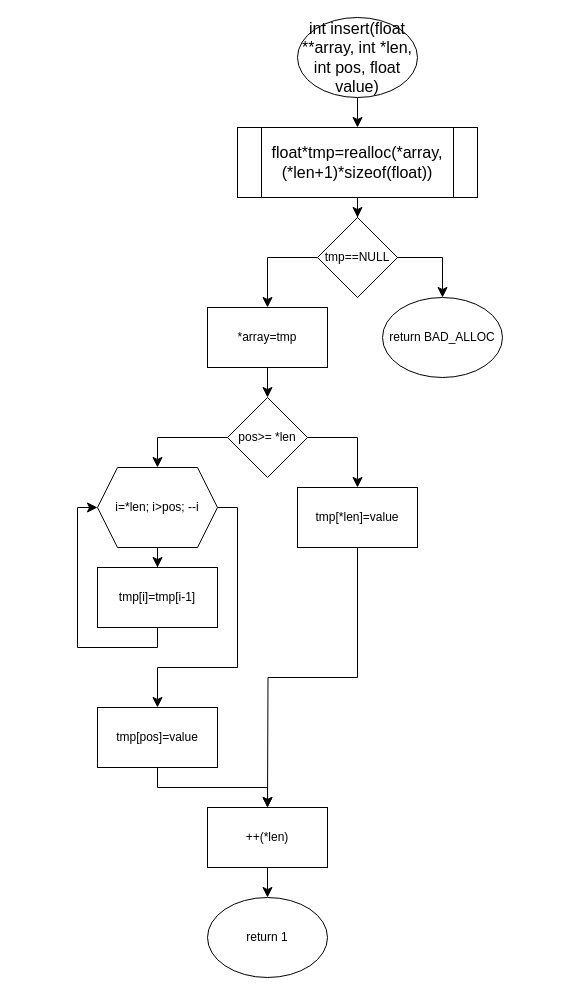
The draw.io diagram page "insert" (6 of 8) of Untitled Diagram.drawio in Alvald1/draw.io, before the edit. Source tidied: cells renumbered, new cells numbered last; positions are measured from the earlier drawing's top-left corner, leaving out a move shared by most shapes. Both pictures are drawn from the tidied source at 100%, with x=0, y=0 at pixel (97, 17).
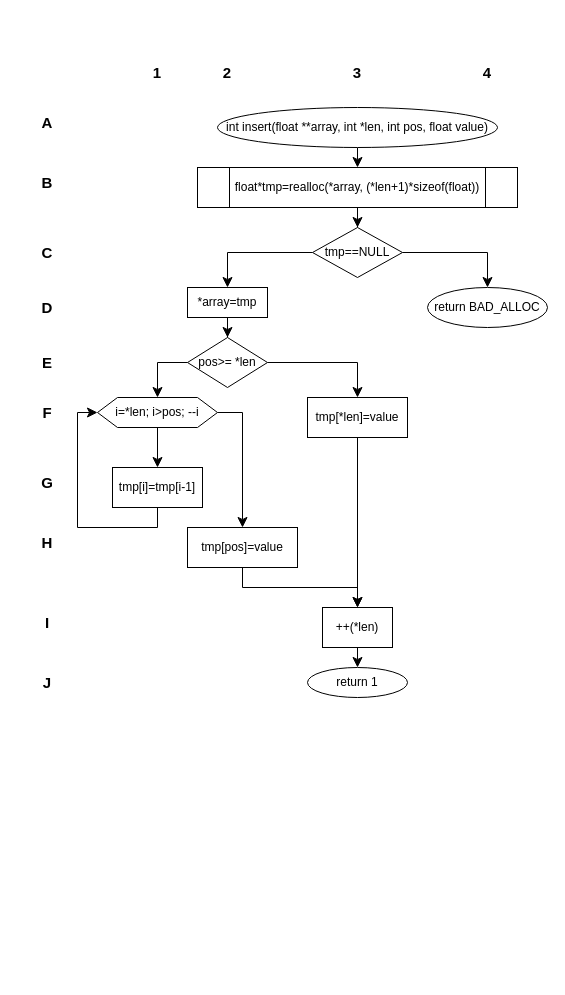
The same page after the edit.

Diff of the diagram source:
```diff
@@
-    <mxCell id="4" value="int insert(float **array, int *len, int pos, float value)" style="ellipse;whiteSpace=wrap;html=1;fontSize=16;" parent="1" vertex="1">
-      <mxGeometry x="200" width="120" height="80" as="geometry" />
+    <mxCell id="4" value="int insert(float **array, int *len, int pos, float value)" style="ellipse;whiteSpace=wrap;html=1;fontSize=12;" parent="1" vertex="1">
+      <mxGeometry x="120" y="90" width="280" height="40" as="geometry" />
     </mxCell>
@@
-    <mxCell id="6" value="float*tmp=realloc(*array, (*len+1)*sizeof(float))" style="shape=process;whiteSpace=wrap;html=1;backgroundOutline=1;fontSize=16;" parent="1" vertex="1">
-      <mxGeometry x="140" y="110" width="240" height="70" as="geometry" />
+    <mxCell id="6" value="float*tmp=realloc(*array, (*len+1)*sizeof(float))" style="shape=process;whiteSpace=wrap;html=1;backgroundOutline=1;fontSize=12;" parent="1" vertex="1">
+      <mxGeometry x="100" y="150" width="320" height="40" as="geometry" />
     </mxCell>
@@
     <mxCell id="9" value="tmp==NULL" style="rhombus;whiteSpace=wrap;html=1;fontFamily=Helvetica;fontSize=12;fontColor=default;" parent="1" vertex="1">
-      <mxGeometry x="220" y="200" width="80" height="80" as="geometry" />
+      <mxGeometry x="215" y="210" width="90" height="50" as="geometry" />
     </mxCell>
     <mxCell id="10" value="return BAD_ALLOC" style="ellipse;whiteSpace=wrap;html=1;fontFamily=Helvetica;fontSize=12;fontColor=default;" parent="1" vertex="1">
-      <mxGeometry x="285" y="280" width="120" height="80" as="geometry" />
+      <mxGeometry x="330" y="270" width="120" height="40" as="geometry" />
     </mxCell>
@@
     <mxCell id="12" value="*array=tmp" style="rounded=0;whiteSpace=wrap;html=1;fontFamily=Helvetica;fontSize=12;fontColor=default;" parent="1" vertex="1">
-      <mxGeometry x="110" y="290" width="120" height="60" as="geometry" />
+      <mxGeometry x="90" y="270" width="80" height="30" as="geometry" />
     </mxCell>
@@
     <mxCell id="15" value="pos&amp;gt;= *len" style="rhombus;whiteSpace=wrap;html=1;fontFamily=Helvetica;fontSize=12;fontColor=default;" parent="1" vertex="1">
-      <mxGeometry x="130" y="380" width="80" height="80" as="geometry" />
+      <mxGeometry x="90" y="320" width="80" height="50" as="geometry" />
     </mxCell>
-    <mxCell id="16" style="edgeStyle=orthogonalEdgeStyle;shape=connector;rounded=0;jettySize=auto;html=1;exitX=0.5;exitY=1;exitDx=0;exitDy=0;labelBackgroundColor=default;strokeColor=default;align=center;verticalAlign=middle;fontFamily=Helvetica;fontSize=12;fontColor=default;endArrow=classic;startSize=8;endSize=8;" parent="1" edge="1" source="17">
-      <mxGeometry relative="1" as="geometry">
-        <mxPoint x="170" y="790" as="targetPoint" />
-      </mxGeometry>
-    </mxCell>
+    <mxCell id="28" style="edgeStyle=orthogonalEdgeStyle;shape=connector;rounded=0;jettySize=auto;html=1;exitX=0.5;exitY=1;exitDx=0;exitDy=0;entryX=0.5;entryY=0;entryDx=0;entryDy=0;labelBackgroundColor=default;strokeColor=default;strokeWidth=1;align=center;verticalAlign=middle;fontFamily=Helvetica;fontSize=3;fontColor=default;endArrow=classic;startSize=8;endSize=8;" parent="1" edge="1" source="17" target="26">
+      <mxGeometry relative="1" as="geometry" />
+    </mxCell>
     <mxCell id="17" value="tmp[*len]=value" style="rounded=0;whiteSpace=wrap;html=1;fontFamily=Helvetica;fontSize=12;fontColor=default;" parent="1" vertex="1">
-      <mxGeometry x="200" y="470" width="120" height="60" as="geometry" />
+      <mxGeometry x="210" y="380" width="100" height="40" as="geometry" />
     </mxCell>
@@
-    <mxCell id="19" style="edgeStyle=orthogonalEdgeStyle;shape=connector;rounded=0;jettySize=auto;html=1;exitX=1;exitY=0.5;exitDx=0;exitDy=0;entryX=0.5;entryY=0;entryDx=0;entryDy=0;labelBackgroundColor=default;strokeColor=default;align=center;verticalAlign=middle;fontFamily=Helvetica;fontSize=12;fontColor=default;endArrow=classic;startSize=8;endSize=8;" parent="1" edge="1" source="20" target="24">
-      <mxGeometry relative="1" as="geometry">
-        <Array as="points">
-          <mxPoint x="140" y="490" />
-          <mxPoint x="140" y="650" />
-          <mxPoint x="60" y="650" />
-        </Array>
-      </mxGeometry>
+    <mxCell id="19" style="edgeStyle=orthogonalEdgeStyle;shape=connector;rounded=0;jettySize=auto;html=1;exitX=1;exitY=0.5;exitDx=0;exitDy=0;entryX=0.5;entryY=0;entryDx=0;entryDy=0;labelBackgroundColor=default;strokeColor=default;strokeWidth=1;align=center;verticalAlign=middle;fontFamily=Helvetica;fontSize=3;fontColor=default;endArrow=classic;startSize=8;endSize=8;" parent="1" edge="1" source="20" target="24">
+      <mxGeometry relative="1" as="geometry" />
     </mxCell>
     <mxCell id="20" value="i=*len; i&amp;gt;pos; --i" style="shape=hexagon;perimeter=hexagonPerimeter2;whiteSpace=wrap;html=1;fixedSize=1;fontFamily=Helvetica;fontSize=12;fontColor=default;" parent="1" vertex="1">
-      <mxGeometry y="450" width="120" height="80" as="geometry" />
+      <mxGeometry y="380" width="120" height="30" as="geometry" />
     </mxCell>
-    <mxCell id="21" style="edgeStyle=orthogonalEdgeStyle;shape=connector;rounded=0;jettySize=auto;html=1;exitX=0.5;exitY=1;exitDx=0;exitDy=0;entryX=0;entryY=0.5;entryDx=0;entryDy=0;labelBackgroundColor=default;strokeColor=default;align=center;verticalAlign=middle;fontFamily=Helvetica;fontSize=12;fontColor=default;endArrow=classic;startSize=8;endSize=8;" parent="1" edge="1" source="22" target="20">
+    <mxCell id="21" style="edgeStyle=orthogonalEdgeStyle;shape=connector;rounded=0;jettySize=auto;html=1;exitX=0.5;exitY=1;exitDx=0;exitDy=0;entryX=0;entryY=0.5;entryDx=0;entryDy=0;labelBackgroundColor=default;strokeColor=default;strokeWidth=1;align=center;verticalAlign=middle;fontFamily=Helvetica;fontSize=3;fontColor=default;endArrow=classic;startSize=8;endSize=8;" parent="1" edge="1" source="22" target="20">
       <mxGeometry relative="1" as="geometry" />
     </mxCell>
     <mxCell id="22" value="tmp[i]=tmp[i-1]" style="rounded=0;whiteSpace=wrap;html=1;fontFamily=Helvetica;fontSize=12;fontColor=default;" parent="1" vertex="1">
-      <mxGeometry y="550" width="120" height="60" as="geometry" />
+      <mxGeometry x="15" y="450" width="90" height="40" as="geometry" />
     </mxCell>
-    <mxCell id="23" style="edgeStyle=orthogonalEdgeStyle;shape=connector;rounded=0;jettySize=auto;html=1;exitX=0.5;exitY=1;exitDx=0;exitDy=0;entryX=0.5;entryY=0;entryDx=0;entryDy=0;labelBackgroundColor=default;strokeColor=default;align=center;verticalAlign=middle;fontFamily=Helvetica;fontSize=12;fontColor=default;endArrow=classic;startSize=8;endSize=8;" parent="1" edge="1" source="24" target="26">
+    <mxCell id="23" style="edgeStyle=orthogonalEdgeStyle;shape=connector;rounded=0;jettySize=auto;html=1;exitX=0.5;exitY=1;exitDx=0;exitDy=0;entryX=0.5;entryY=0;entryDx=0;entryDy=0;labelBackgroundColor=default;strokeColor=default;strokeWidth=1;align=center;verticalAlign=middle;fontFamily=Helvetica;fontSize=3;fontColor=default;endArrow=classic;startSize=8;endSize=8;" parent="1" edge="1" source="24" target="26">
       <mxGeometry relative="1" as="geometry" />
     </mxCell>
     <mxCell id="24" value="tmp[pos]=value" style="rounded=0;whiteSpace=wrap;html=1;fontFamily=Helvetica;fontSize=12;fontColor=default;" parent="1" vertex="1">
-      <mxGeometry y="690" width="120" height="60" as="geometry" />
+      <mxGeometry x="90" y="510" width="110" height="40" as="geometry" />
     </mxCell>
@@
     <mxCell id="26" value="++(*len)" style="rounded=0;whiteSpace=wrap;html=1;fontFamily=Helvetica;fontSize=12;fontColor=default;" parent="1" vertex="1">
-      <mxGeometry x="110" y="790" width="120" height="60" as="geometry" />
+      <mxGeometry x="225" y="590" width="70" height="40" as="geometry" />
     </mxCell>
     <mxCell id="27" value="return 1" style="ellipse;whiteSpace=wrap;html=1;fontFamily=Helvetica;fontSize=12;fontColor=default;" parent="1" vertex="1">
-      <mxGeometry x="110" y="880" width="120" height="80" as="geometry" />
+      <mxGeometry x="210" y="650" width="100" height="30" as="geometry" />
     </mxCell>
+    <mxCell id="29" value="&lt;font style=&quot;font-size: 15px;&quot;&gt;&lt;b&gt;D&lt;/b&gt;&lt;/font&gt;" style="text;html=1;strokeColor=none;fillColor=none;align=center;verticalAlign=middle;whiteSpace=wrap;rounded=0;fontSize=3;fontFamily=Helvetica;fontColor=default;" parent="1" vertex="1">
+      <mxGeometry x="-80" y="275" width="60" height="30" as="geometry" />
+    </mxCell>
+    <mxCell id="30" value="&lt;font style=&quot;font-size: 15px;&quot;&gt;&lt;b&gt;C&lt;/b&gt;&lt;/font&gt;" style="text;html=1;strokeColor=none;fillColor=none;align=center;verticalAlign=middle;whiteSpace=wrap;rounded=0;fontSize=3;fontFamily=Helvetica;fontColor=default;" parent="1" vertex="1">
+      <mxGeometry x="-80" y="220" width="60" height="30" as="geometry" />
+    </mxCell>
+    <mxCell id="31" value="&lt;font style=&quot;font-size: 15px;&quot;&gt;&lt;b&gt;B&lt;/b&gt;&lt;/font&gt;" style="text;html=1;strokeColor=none;fillColor=none;align=center;verticalAlign=middle;whiteSpace=wrap;rounded=0;fontSize=3;fontFamily=Helvetica;fontColor=default;" parent="1" vertex="1">
+      <mxGeometry x="-80" y="150" width="60" height="30" as="geometry" />
+    </mxCell>
+    <mxCell id="32" value="&lt;font style=&quot;font-size: 15px;&quot;&gt;&lt;b&gt;A&lt;/b&gt;&lt;/font&gt;" style="text;html=1;strokeColor=none;fillColor=none;align=center;verticalAlign=middle;whiteSpace=wrap;rounded=0;fontSize=3;fontFamily=Helvetica;fontColor=default;" parent="1" vertex="1">
+      <mxGeometry x="-80" y="90" width="60" height="30" as="geometry" />
+    </mxCell>
+    <mxCell id="33" value="&lt;font style=&quot;font-size: 15px;&quot;&gt;&lt;b&gt;4&lt;/b&gt;&lt;/font&gt;" style="text;html=1;strokeColor=none;fillColor=none;align=center;verticalAlign=middle;whiteSpace=wrap;rounded=0;fontSize=3;fontFamily=Helvetica;fontColor=default;" parent="1" vertex="1">
+      <mxGeometry x="360" y="40" width="60" height="30" as="geometry" />
+    </mxCell>
+    <mxCell id="34" value="&lt;font style=&quot;font-size: 15px;&quot;&gt;&lt;b&gt;3&lt;/b&gt;&lt;/font&gt;" style="text;html=1;strokeColor=none;fillColor=none;align=center;verticalAlign=middle;whiteSpace=wrap;rounded=0;fontSize=3;fontFamily=Helvetica;fontColor=default;" parent="1" vertex="1">
+      <mxGeometry x="230" y="40" width="60" height="30" as="geometry" />
+    </mxCell>
+    <mxCell id="35" value="&lt;font style=&quot;font-size: 15px;&quot;&gt;&lt;b&gt;1&lt;/b&gt;&lt;/font&gt;" style="text;html=1;strokeColor=none;fillColor=none;align=center;verticalAlign=middle;whiteSpace=wrap;rounded=0;fontSize=3;fontFamily=Helvetica;fontColor=default;" parent="1" vertex="1">
+      <mxGeometry x="30" y="40" width="60" height="30" as="geometry" />
+    </mxCell>
+    <mxCell id="36" value="&lt;font style=&quot;font-size: 15px;&quot;&gt;&lt;b&gt;2&lt;/b&gt;&lt;/font&gt;" style="text;html=1;strokeColor=none;fillColor=none;align=center;verticalAlign=middle;whiteSpace=wrap;rounded=0;fontSize=3;fontFamily=Helvetica;fontColor=default;" parent="1" vertex="1">
+      <mxGeometry x="100" y="40" width="60" height="30" as="geometry" />
+    </mxCell>
+    <mxCell id="37" value="&lt;font style=&quot;font-size: 15px;&quot;&gt;&lt;b&gt;G&lt;/b&gt;&lt;/font&gt;" style="text;html=1;strokeColor=none;fillColor=none;align=center;verticalAlign=middle;whiteSpace=wrap;rounded=0;fontSize=3;fontFamily=Helvetica;fontColor=default;" parent="1" vertex="1">
+      <mxGeometry x="-80" y="450" width="60" height="30" as="geometry" />
+    </mxCell>
+    <mxCell id="38" value="&lt;font style=&quot;font-size: 15px;&quot;&gt;&lt;b&gt;F&lt;/b&gt;&lt;/font&gt;" style="text;html=1;strokeColor=none;fillColor=none;align=center;verticalAlign=middle;whiteSpace=wrap;rounded=0;fontSize=3;fontFamily=Helvetica;fontColor=default;" parent="1" vertex="1">
+      <mxGeometry x="-80" y="380" width="60" height="30" as="geometry" />
+    </mxCell>
+    <mxCell id="39" value="&lt;font style=&quot;font-size: 15px;&quot;&gt;&lt;b&gt;E&lt;/b&gt;&lt;/font&gt;" style="text;html=1;strokeColor=none;fillColor=none;align=center;verticalAlign=middle;whiteSpace=wrap;rounded=0;fontSize=3;fontFamily=Helvetica;fontColor=default;" parent="1" vertex="1">
+      <mxGeometry x="-80" y="330" width="60" height="30" as="geometry" />
+    </mxCell>
+    <mxCell id="40" value="&lt;font style=&quot;font-size: 15px;&quot;&gt;&lt;b&gt;I&lt;/b&gt;&lt;/font&gt;" style="text;html=1;strokeColor=none;fillColor=none;align=center;verticalAlign=middle;whiteSpace=wrap;rounded=0;fontSize=3;fontFamily=Helvetica;fontColor=default;" parent="1" vertex="1">
+      <mxGeometry x="-80" y="590" width="60" height="30" as="geometry" />
+    </mxCell>
+    <mxCell id="41" value="&lt;font style=&quot;font-size: 15px;&quot;&gt;&lt;b&gt;H&lt;/b&gt;&lt;/font&gt;" style="text;html=1;strokeColor=none;fillColor=none;align=center;verticalAlign=middle;whiteSpace=wrap;rounded=0;fontSize=3;fontFamily=Helvetica;fontColor=default;" parent="1" vertex="1">
+      <mxGeometry x="-80" y="510" width="60" height="30" as="geometry" />
+    </mxCell>
+    <mxCell id="42" value="&lt;font style=&quot;font-size: 15px;&quot;&gt;&lt;b&gt;J&lt;/b&gt;&lt;/font&gt;" style="text;html=1;strokeColor=none;fillColor=none;align=center;verticalAlign=middle;whiteSpace=wrap;rounded=0;fontSize=3;fontFamily=Helvetica;fontColor=default;" parent="1" vertex="1">
+      <mxGeometry x="-80" y="650" width="60" height="30" as="geometry" />
+    </mxCell>
```
